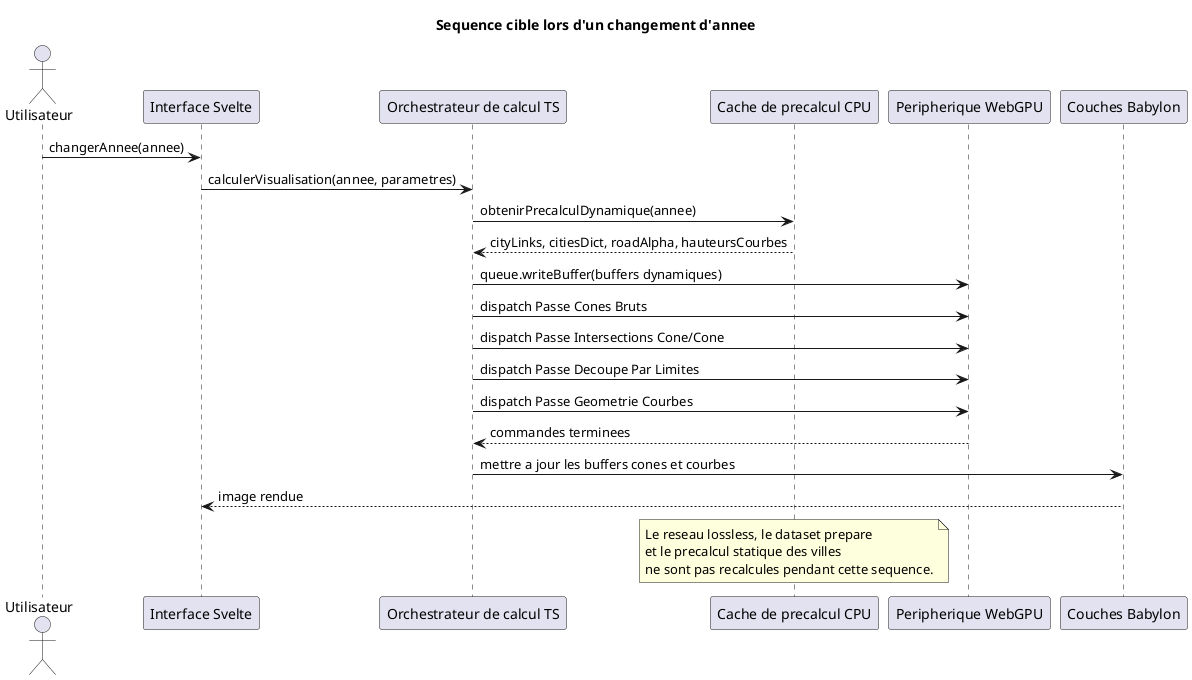
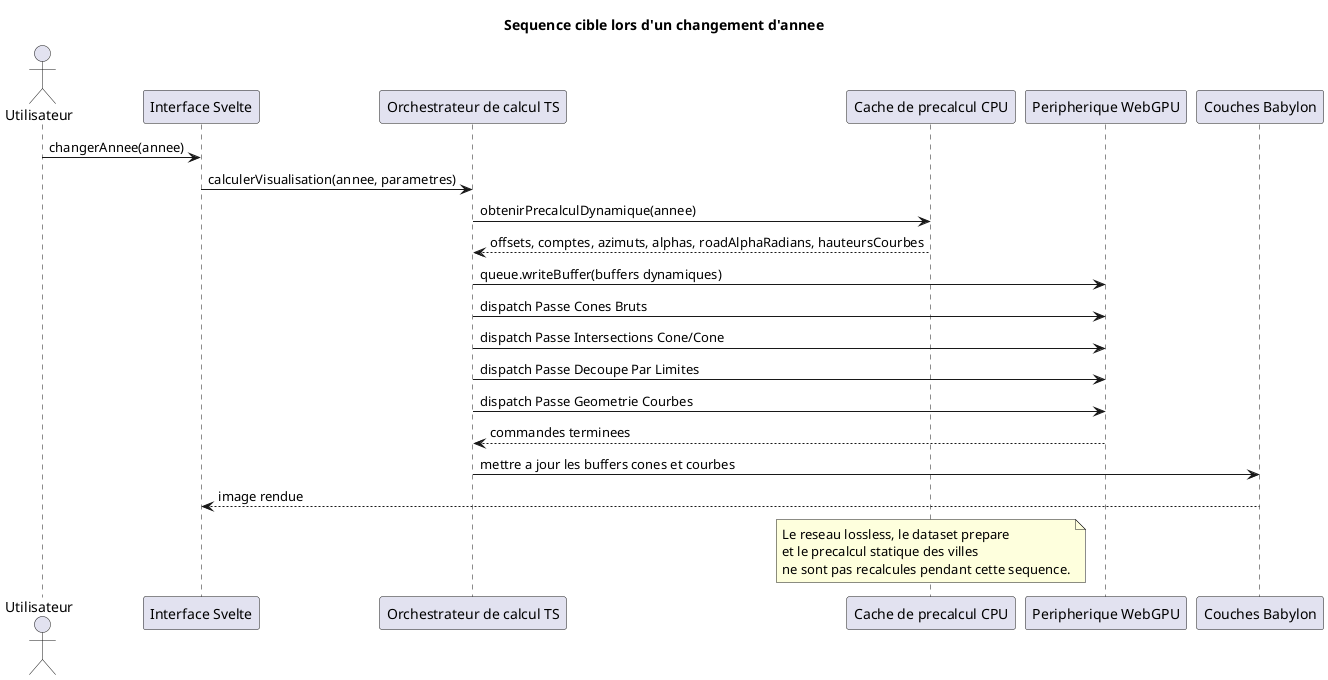
@startuml
title Sequence cible lors d'un changement d'annee

actor Utilisateur
participant "Interface Svelte" as UI
participant "Orchestrateur de calcul TS" as TS
participant "Cache de precalcul CPU" as Cache
participant "Peripherique WebGPU" as GPU
participant "Couches Babylon" as Babylon

Utilisateur -> UI : changerAnnee(annee)
UI -> TS : calculerVisualisation(annee, parametres)
TS -> Cache : obtenirPrecalculDynamique(annee)
- Cache --> TS : cityLinks, citiesDict, roadAlpha, hauteursCourbes
+ Cache --> TS : offsets, comptes, azimuts, alphas, roadAlphaRadians, hauteursCourbes
TS -> GPU : queue.writeBuffer(buffers dynamiques)
TS -> GPU : dispatch Passe Cones Bruts
TS -> GPU : dispatch Passe Intersections Cone/Cone
TS -> GPU : dispatch Passe Decoupe Par Limites
TS -> GPU : dispatch Passe Geometrie Courbes
GPU --> TS : commandes terminees
TS -> Babylon : mettre a jour les buffers cones et courbes
Babylon --> UI : image rendue

note over Cache
  Le reseau lossless, le dataset prepare
  et le precalcul statique des villes
  ne sont pas recalcules pendant cette sequence.
end note
@enduml
